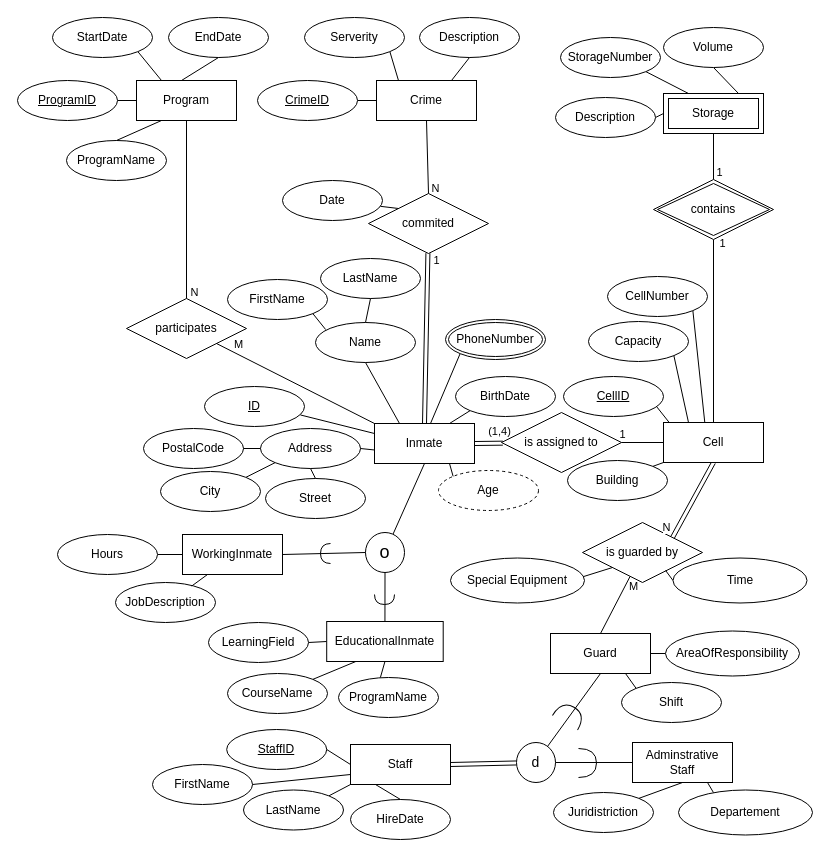
Before: assets/erprison.drawio in Norman1m/MyPrison, a draw.io diagram. Source tidied: cells renumbered, new cells numbered last; positions are measured from the earlier drawing's top-left corner, leaving out a move shared by most shapes. Both pictures are drawn from the tidied source at 100%, with x=0, y=0 at pixel (17, 17).
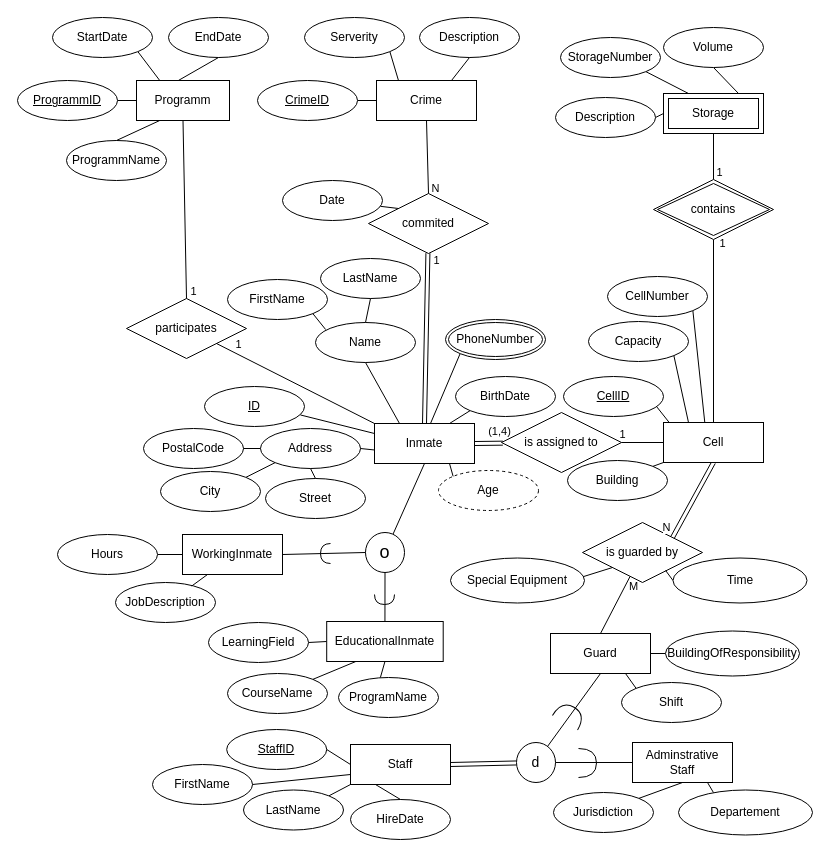
Above is the later version.

The change refers to these unchanged cells:
```xml
<mxCell id="23" style="endArrow=none;html=1;rounded=0;entryX=0.5;entryY=1;entryDx=0;entryDy=0;exitX=0.5;exitY=0;exitDx=0;exitDy=0;" parent="1" edge="1" source="3" target="22">
  <mxGeometry relative="1" as="geometry" />
</mxCell>
<mxCell id="92" style="endArrow=none;html=1;rounded=0;exitX=1;exitY=1;exitDx=0;exitDy=0;entryX=0;entryY=0;entryDx=0;entryDy=0;" parent="1" edge="1" source="3" target="2">
  <mxGeometry relative="1" as="geometry" />
</mxCell>
```

What changed in the source:
```diff
@@
-    <mxCell id="22" value="&lt;div&gt;Program&lt;/div&gt;" style="whiteSpace=wrap;html=1;align=center;" parent="1" vertex="1">
-      <mxGeometry x="119" y="63" width="100" height="40" as="geometry" />
+    <mxCell id="22" value="&lt;div&gt;Programm&lt;/div&gt;" style="whiteSpace=wrap;html=1;align=center;" parent="1" vertex="1">
+      <mxGeometry x="119" y="63" width="93" height="40" as="geometry" />
     </mxCell>
@@
-    <mxCell id="24" value="N" style="edgeLabel;html=1;align=center;verticalAlign=middle;" parent="23" vertex="1">
+    <mxCell id="24" value="1" style="edgeLabel;html=1;align=center;verticalAlign=middle;" parent="23" vertex="1">
       <mxGeometry x="-0.69" y="-1" relative="1" as="geometry">
         <mxPoint x="6" y="21" as="offset" />
       </mxGeometry>
     </mxCell>
@@
-    <mxCell id="33" value="ProgramID" style="ellipse;whiteSpace=wrap;html=1;align=center;fontStyle=4;" parent="1" vertex="1">
+    <mxCell id="33" value="ProgrammID" style="ellipse;whiteSpace=wrap;html=1;align=center;fontStyle=4;" parent="1" vertex="1">
       <mxGeometry y="63" width="100" height="40" as="geometry" />
     </mxCell>
@@
-    <mxCell id="37" value="&lt;div&gt;ProgramName&lt;/div&gt;" style="ellipse;whiteSpace=wrap;html=1;align=center;" parent="1" vertex="1">
+    <mxCell id="37" value="&lt;div&gt;ProgrammName&lt;/div&gt;" style="ellipse;whiteSpace=wrap;html=1;align=center;" parent="1" vertex="1">
       <mxGeometry x="49" y="123" width="100" height="40" as="geometry" />
     </mxCell>
@@
-    <mxCell id="93" value="M" style="edgeLabel;html=1;align=center;verticalAlign=middle;" parent="92" vertex="1">
+    <mxCell id="93" value="1" style="edgeLabel;html=1;align=center;verticalAlign=middle;" parent="92" vertex="1">
       <mxGeometry x="-0.71" y="2" relative="1" as="geometry">
         <mxPoint x="-3" y="-9" as="offset" />
       </mxGeometry>
     </mxCell>
@@
-    <mxCell id="110" value="AreaOfResponsibility" style="ellipse;whiteSpace=wrap;html=1;align=center;" parent="1" vertex="1">
+    <mxCell id="110" value="BuildingOfResponsibility" style="ellipse;whiteSpace=wrap;html=1;align=center;" parent="1" vertex="1">
       <mxGeometry x="648" y="613.5" width="134" height="45" as="geometry" />
     </mxCell>
@@
-    <mxCell id="123" value="Juridistriction" style="ellipse;whiteSpace=wrap;html=1;align=center;" parent="1" vertex="1">
+    <mxCell id="123" value="Jurisdiction" style="ellipse;whiteSpace=wrap;html=1;align=center;" parent="1" vertex="1">
       <mxGeometry x="536" y="775" width="100" height="40" as="geometry" />
     </mxCell>
```
